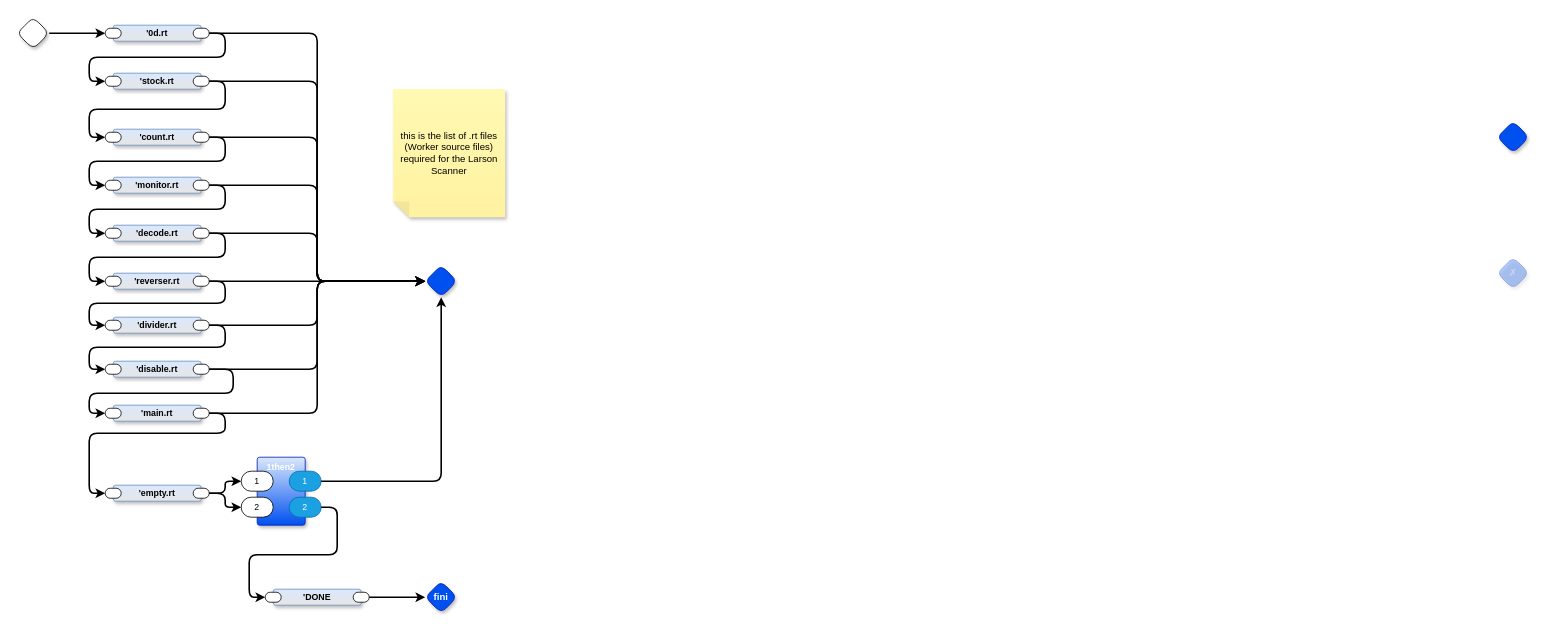
Before: page "Worker Filenames" (2 of 28) of larson-html.drawio in guitarvydas/html-larson, a draw.io diagram. Source tidied: cells renumbered, new cells numbered last; positions are measured from the earlier drawing's top-left corner, leaving out a move shared by most shapes. Both pictures are drawn from the tidied source at 80%, with x=0, y=0 at pixel (17, 17).
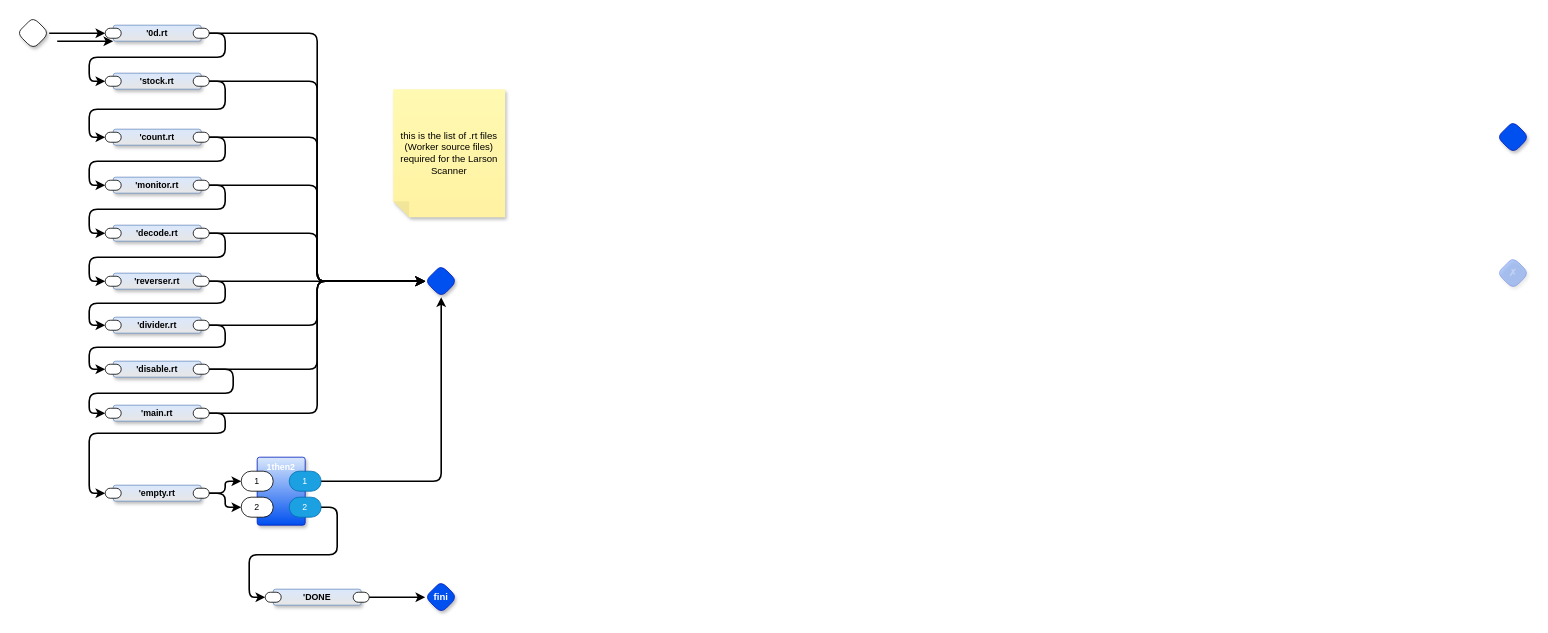
The same page after the edit.

What changed in the source:
```diff
@@
+    <mxCell id="70" style="edgeStyle=orthogonalEdgeStyle;shape=connector;curved=0;rounded=1;orthogonalLoop=1;jettySize=auto;html=1;exitX=1;exitY=0.5;exitDx=0;exitDy=0;exitPerimeter=0;entryX=0;entryY=0.5;entryDx=0;entryDy=0;entryPerimeter=0;strokeColor=default;strokeWidth=2;align=center;verticalAlign=middle;fontFamily=Helvetica;fontSize=11;fontColor=default;labelBackgroundColor=default;endArrow=classic;" parent="1" edge="1">
+      <mxGeometry relative="1" as="geometry">
+        <mxPoint x="50" y="30" as="sourcePoint" />
+        <mxPoint x="120" y="30" as="targetPoint" />
+      </mxGeometry>
+    </mxCell>
```
